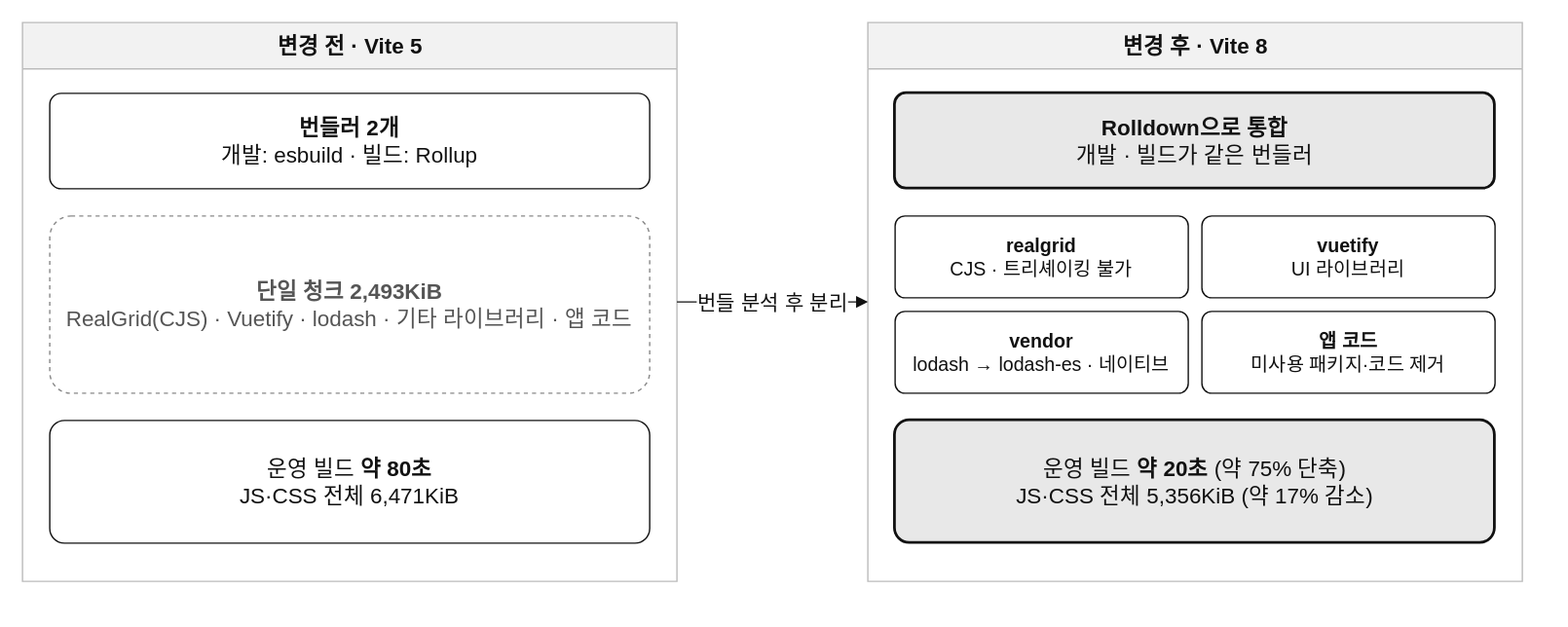
reasonjun/portfolio keeps this draw.io diagram as public/diagrams/vite-rolldown-chunks.drawio.svg. Above is the earlier version. Source tidied: cells renumbered, new cells last; positions are measured from the earlier drawing's top-left corner, leaving out a move shared by most shapes. The source it was exported from:
```xml
<mxGraphModel background="#FFFFFF">
  <root>
    <mxCell id="0" />
    <mxCell id="1" parent="0" />
    <mxCell id="2" value="&lt;b&gt;변경 전&lt;/b&gt; · Vite 5" style="swimlane;startSize=34;html=1;fontSize=16;fontColor=#111111;strokeColor=#BBBBBB;fillColor=#F2F2F2;swimlaneFillColor=#FFFFFF;rounded=0;" parent="1" vertex="1">
      <mxGeometry width="480" height="410" as="geometry" />
    </mxCell>
    <mxCell id="3" value="&lt;b&gt;번들러 2개&lt;/b&gt;&lt;br&gt;개발: esbuild · 빌드: Rollup" style="rounded=1;whiteSpace=wrap;html=1;fontSize=16;fontColor=#111111;strokeColor=#111111;fillColor=#FFFFFF;arcSize=12;" parent="1" vertex="1">
      <mxGeometry x="20" y="52" width="440" height="70" as="geometry" />
    </mxCell>
    <mxCell id="4" value="&lt;b&gt;단일 청크 2,493KiB&lt;/b&gt;&lt;br&gt;RealGrid(CJS) · Vuetify · lodash · 기타 라이브러리 · 앱 코드" style="rounded=1;whiteSpace=wrap;html=1;fontSize=16;fontColor=#555555;strokeColor=#888888;dashed=1;fillColor=#FFFFFF;arcSize=12;" parent="1" vertex="1">
      <mxGeometry x="20" y="142" width="440" height="130" as="geometry" />
    </mxCell>
    <mxCell id="5" value="운영 빌드 &lt;b&gt;약 80초&lt;/b&gt;&lt;br&gt;JS·CSS 전체 6,471KiB" style="rounded=1;whiteSpace=wrap;html=1;fontSize=16;fontColor=#111111;strokeColor=#111111;fillColor=#FFFFFF;arcSize=12;" parent="1" vertex="1">
      <mxGeometry x="20" y="292" width="440" height="90" as="geometry" />
    </mxCell>
    <mxCell id="6" value="&lt;b&gt;변경 후&lt;/b&gt; · Vite 8" style="swimlane;startSize=34;html=1;fontSize=16;fontColor=#111111;strokeColor=#BBBBBB;fillColor=#F2F2F2;swimlaneFillColor=#FFFFFF;rounded=0;" parent="1" vertex="1">
      <mxGeometry x="620" width="480" height="410" as="geometry" />
    </mxCell>
    <mxCell id="7" value="&lt;b&gt;Rolldown으로 통합&lt;/b&gt;&lt;br&gt;개발 · 빌드가 같은 번들러" style="rounded=1;whiteSpace=wrap;html=1;fontSize=16;fontColor=#111111;strokeColor=#111111;strokeWidth=2;fillColor=#E8E8E8;arcSize=12;" parent="1" vertex="1">
      <mxGeometry x="640" y="52" width="440" height="70" as="geometry" />
    </mxCell>
    <mxCell id="8" value="&lt;b&gt;realgrid&lt;/b&gt;&lt;br&gt;CJS · 트리셰이킹 불가" style="rounded=1;whiteSpace=wrap;html=1;fontSize=14;fontColor=#111111;strokeColor=#111111;fillColor=#FFFFFF;arcSize=12;" parent="1" vertex="1">
      <mxGeometry x="640" y="142" width="215" height="60" as="geometry" />
    </mxCell>
    <mxCell id="9" value="&lt;b&gt;vuetify&lt;/b&gt;&lt;br&gt;UI 라이브러리" style="rounded=1;whiteSpace=wrap;html=1;fontSize=14;fontColor=#111111;strokeColor=#111111;fillColor=#FFFFFF;arcSize=12;" parent="1" vertex="1">
      <mxGeometry x="865" y="142" width="215" height="60" as="geometry" />
    </mxCell>
    <mxCell id="10" value="&lt;b&gt;vendor&lt;/b&gt;&lt;br&gt;lodash → lodash-es · 네이티브" style="rounded=1;whiteSpace=wrap;html=1;fontSize=14;fontColor=#111111;strokeColor=#111111;fillColor=#FFFFFF;arcSize=12;" parent="1" vertex="1">
      <mxGeometry x="640" y="212" width="215" height="60" as="geometry" />
    </mxCell>
    <mxCell id="11" value="&lt;b&gt;앱 코드&lt;/b&gt;&lt;br&gt;미사용 패키지·코드 제거" style="rounded=1;whiteSpace=wrap;html=1;fontSize=14;fontColor=#111111;strokeColor=#111111;fillColor=#FFFFFF;arcSize=12;" parent="1" vertex="1">
      <mxGeometry x="865" y="212" width="215" height="60" as="geometry" />
    </mxCell>
    <mxCell id="12" value="운영 빌드 &lt;b&gt;약 20초&lt;/b&gt; (약 75% 단축)&lt;br&gt;JS·CSS 전체 5,356KiB (약 17% 감소)" style="rounded=1;whiteSpace=wrap;html=1;fontSize=16;fontColor=#111111;strokeColor=#111111;strokeWidth=2;fillColor=#E8E8E8;arcSize=12;" parent="1" vertex="1">
      <mxGeometry x="640" y="292" width="440" height="90" as="geometry" />
    </mxCell>
    <mxCell id="13" value="번들 분석 후 분리" style="endArrow=block;endFill=1;html=1;strokeColor=#111111;fontColor=#111111;fontSize=15;labelBackgroundColor=#FFFFFF;edgeStyle=orthogonalEdgeStyle;rounded=0;exitX=1;exitY=0.5;entryX=0;entryY=0.5;" parent="1" edge="1" source="2" target="6">
      <mxGeometry relative="1" as="geometry" />
    </mxCell>
  </root>
</mxGraphModel>
```
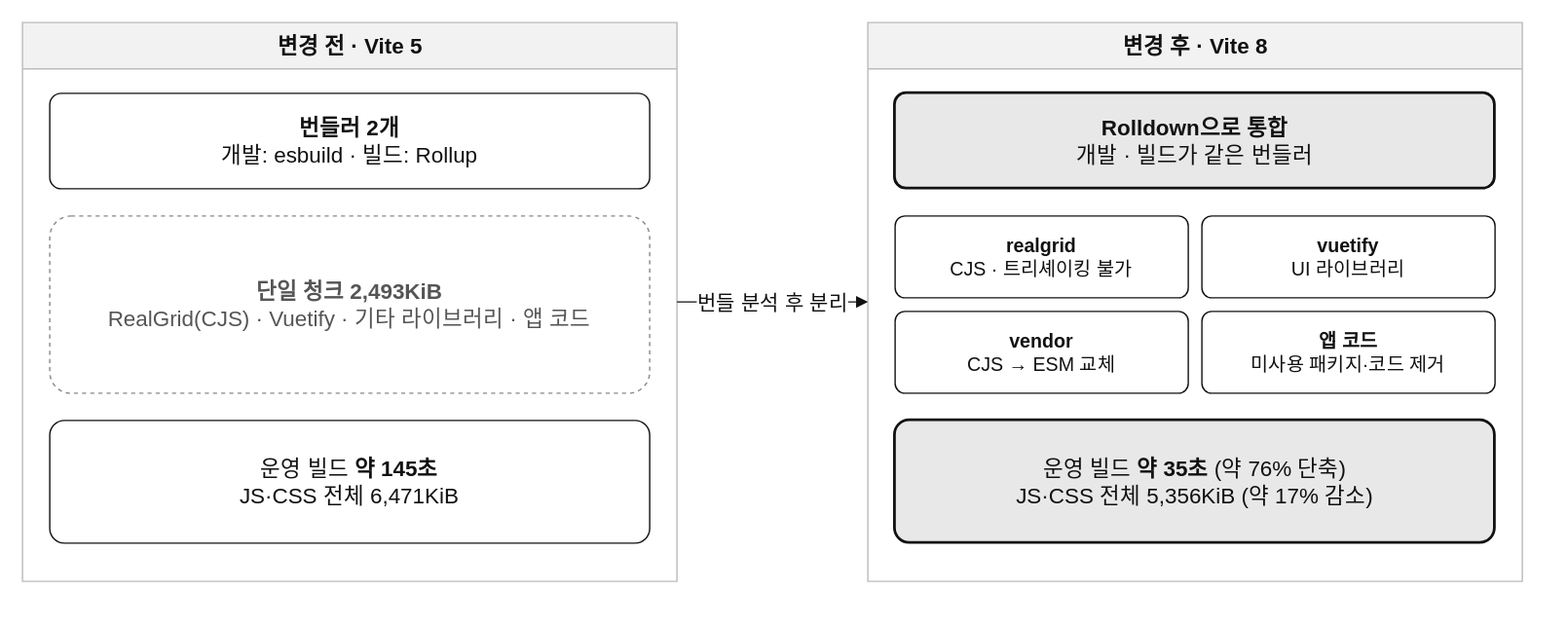
After the change.

The edit, as a diff of the source:
```diff
@@ -8,10 +8,10 @@
     <mxCell id="3" value="&lt;b&gt;번들러 2개&lt;/b&gt;&lt;br&gt;개발: esbuild · 빌드: Rollup" style="rounded=1;whiteSpace=wrap;html=1;fontSize=16;fontColor=#111111;strokeColor=#111111;fillColor=#FFFFFF;arcSize=12;" parent="1" vertex="1">
       <mxGeometry x="20" y="52" width="440" height="70" as="geometry" />
     </mxCell>
-    <mxCell id="4" value="&lt;b&gt;단일 청크 2,493KiB&lt;/b&gt;&lt;br&gt;RealGrid(CJS) · Vuetify · lodash · 기타 라이브러리 · 앱 코드" style="rounded=1;whiteSpace=wrap;html=1;fontSize=16;fontColor=#555555;strokeColor=#888888;dashed=1;fillColor=#FFFFFF;arcSize=12;" parent="1" vertex="1">
+    <mxCell id="4" value="&lt;b&gt;단일 청크 2,493KiB&lt;/b&gt;&lt;br&gt;RealGrid(CJS) · Vuetify · 기타 라이브러리 · 앱 코드" style="rounded=1;whiteSpace=wrap;html=1;fontSize=16;fontColor=#555555;strokeColor=#888888;dashed=1;fillColor=#FFFFFF;arcSize=12;" parent="1" vertex="1">
       <mxGeometry x="20" y="142" width="440" height="130" as="geometry" />
     </mxCell>
-    <mxCell id="5" value="운영 빌드 &lt;b&gt;약 80초&lt;/b&gt;&lt;br&gt;JS·CSS 전체 6,471KiB" style="rounded=1;whiteSpace=wrap;html=1;fontSize=16;fontColor=#111111;strokeColor=#111111;fillColor=#FFFFFF;arcSize=12;" parent="1" vertex="1">
+    <mxCell id="5" value="운영 빌드 &lt;b&gt;약 145초&lt;/b&gt;&lt;br&gt;JS·CSS 전체 6,471KiB" style="rounded=1;whiteSpace=wrap;html=1;fontSize=16;fontColor=#111111;strokeColor=#111111;fillColor=#FFFFFF;arcSize=12;" parent="1" vertex="1">
       <mxGeometry x="20" y="292" width="440" height="90" as="geometry" />
     </mxCell>
     <mxCell id="6" value="&lt;b&gt;변경 후&lt;/b&gt; · Vite 8" style="swimlane;startSize=34;html=1;fontSize=16;fontColor=#111111;strokeColor=#BBBBBB;fillColor=#F2F2F2;swimlaneFillColor=#FFFFFF;rounded=0;" parent="1" vertex="1">
@@ -26,13 +26,13 @@
     <mxCell id="9" value="&lt;b&gt;vuetify&lt;/b&gt;&lt;br&gt;UI 라이브러리" style="rounded=1;whiteSpace=wrap;html=1;fontSize=14;fontColor=#111111;strokeColor=#111111;fillColor=#FFFFFF;arcSize=12;" parent="1" vertex="1">
       <mxGeometry x="865" y="142" width="215" height="60" as="geometry" />
     </mxCell>
-    <mxCell id="10" value="&lt;b&gt;vendor&lt;/b&gt;&lt;br&gt;lodash → lodash-es · 네이티브" style="rounded=1;whiteSpace=wrap;html=1;fontSize=14;fontColor=#111111;strokeColor=#111111;fillColor=#FFFFFF;arcSize=12;" parent="1" vertex="1">
+    <mxCell id="10" value="&lt;b&gt;vendor&lt;/b&gt;&lt;br&gt;CJS → ESM 교체" style="rounded=1;whiteSpace=wrap;html=1;fontSize=14;fontColor=#111111;strokeColor=#111111;fillColor=#FFFFFF;arcSize=12;" parent="1" vertex="1">
       <mxGeometry x="640" y="212" width="215" height="60" as="geometry" />
     </mxCell>
     <mxCell id="11" value="&lt;b&gt;앱 코드&lt;/b&gt;&lt;br&gt;미사용 패키지·코드 제거" style="rounded=1;whiteSpace=wrap;html=1;fontSize=14;fontColor=#111111;strokeColor=#111111;fillColor=#FFFFFF;arcSize=12;" parent="1" vertex="1">
       <mxGeometry x="865" y="212" width="215" height="60" as="geometry" />
     </mxCell>
-    <mxCell id="12" value="운영 빌드 &lt;b&gt;약 20초&lt;/b&gt; (약 75% 단축)&lt;br&gt;JS·CSS 전체 5,356KiB (약 17% 감소)" style="rounded=1;whiteSpace=wrap;html=1;fontSize=16;fontColor=#111111;strokeColor=#111111;strokeWidth=2;fillColor=#E8E8E8;arcSize=12;" parent="1" vertex="1">
+    <mxCell id="12" value="운영 빌드 &lt;b&gt;약 35초&lt;/b&gt; (약 76% 단축)&lt;br&gt;JS·CSS 전체 5,356KiB (약 17% 감소)" style="rounded=1;whiteSpace=wrap;html=1;fontSize=16;fontColor=#111111;strokeColor=#111111;strokeWidth=2;fillColor=#E8E8E8;arcSize=12;" parent="1" vertex="1">
       <mxGeometry x="640" y="292" width="440" height="90" as="geometry" />
     </mxCell>
     <mxCell id="13" value="번들 분석 후 분리" style="endArrow=block;endFill=1;html=1;strokeColor=#111111;fontColor=#111111;fontSize=15;labelBackgroundColor=#FFFFFF;edgeStyle=orthogonalEdgeStyle;rounded=0;exitX=1;exitY=0.5;entryX=0;entryY=0.5;" parent="1" edge="1" source="2" target="6">
```
